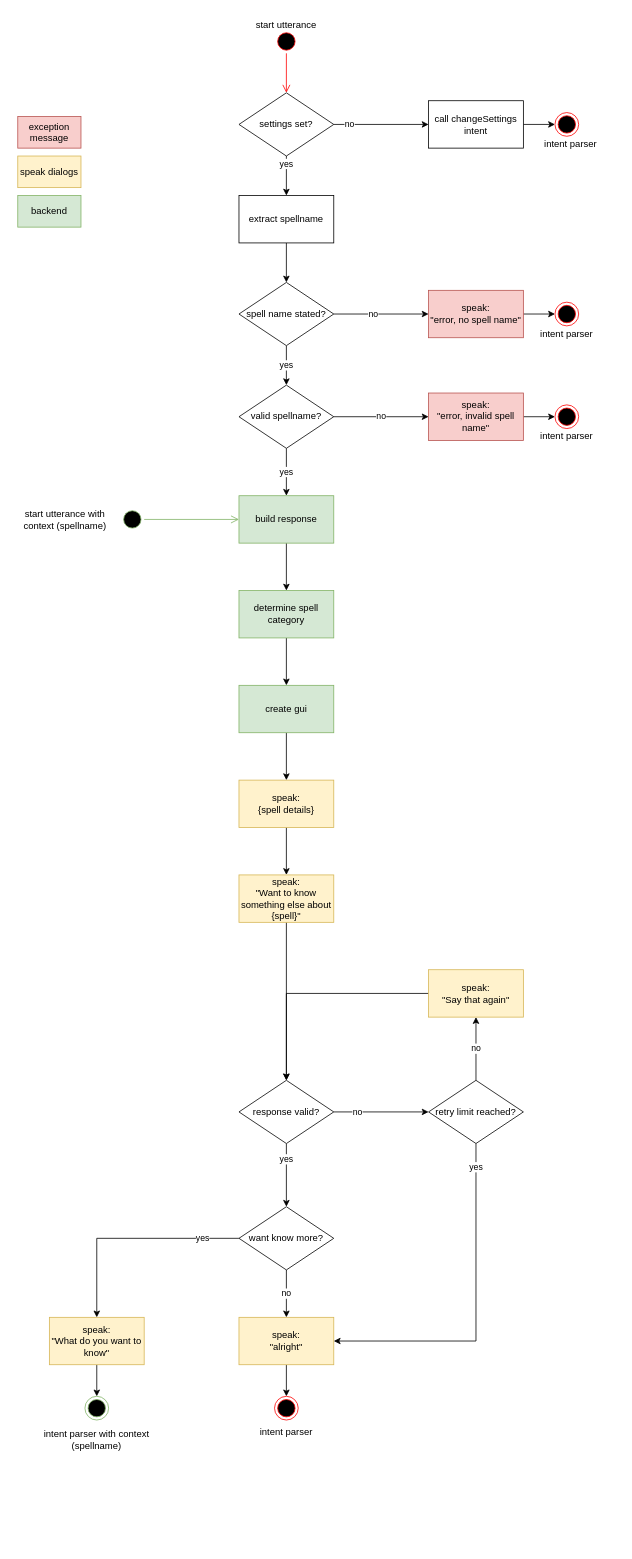
This is doc/activityDiagram/getAllDetails.drawio from Linyeir/spellcastmanager-skill, a draw.io file, before an edit. Source tidied: cells renumbered, new cells numbered last; positions are measured from the earlier drawing's top-left corner, leaving out a move shared by most shapes. Both pictures are drawn from the tidied source at 79%, with x=0, y=0 at pixel (17, 13).
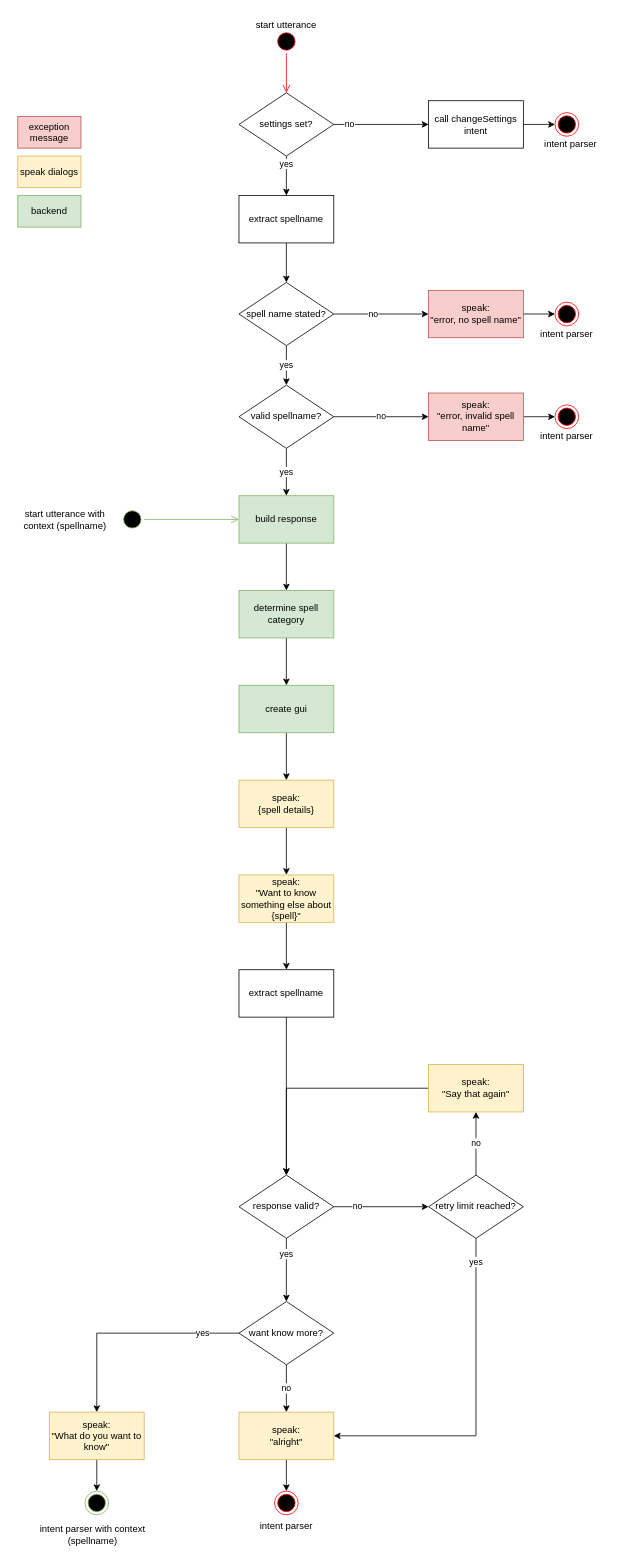
After the change.

Unchanged cells that the change refers to:
```xml
<mxCell id="21" value="speak:&lt;br&gt;&quot;Want to know something else about {spell}&quot;" style="rounded=0;whiteSpace=wrap;html=1;fillColor=#fff2cc;strokeColor=#d6b656;" parent="1" vertex="1">
  <mxGeometry x="280" y="1090" width="120" height="60" as="geometry" />
</mxCell>
```

Change to the diagram source:
```diff
@@
-    <mxCell id="20" style="edgeStyle=orthogonalEdgeStyle;rounded=0;jettySize=auto;html=1;exitX=0.5;exitY=1;exitDx=0;exitDy=0;entryX=0.5;entryY=0;entryDx=0;entryDy=0;" parent="1" edge="1" source="21" target="44">
+    <mxCell id="20" style="edgeStyle=orthogonalEdgeStyle;rounded=0;jettySize=auto;html=1;exitX=0.5;exitY=1;exitDx=0;exitDy=0;entryX=0.5;entryY=0;entryDx=0;entryDy=0;startArrow=none;" parent="1" edge="1" source="64" target="44">
       <mxGeometry relative="1" as="geometry" />
     </mxCell>
+    <mxCell id="63" style="edgeStyle=orthogonalEdgeStyle;rounded=0;jettySize=auto;html=1;" parent="1" edge="1" source="21" target="64">
+      <mxGeometry relative="1" as="geometry" />
+    </mxCell>
@@
     <mxCell id="24" value="want know more?" style="rhombus;whiteSpace=wrap;html=1;" parent="1" vertex="1">
-      <mxGeometry x="280" y="1510" width="120" height="80" as="geometry" />
+      <mxGeometry x="280" y="1630" width="120" height="80" as="geometry" />
     </mxCell>
@@
     <mxCell id="26" value="speak:&lt;br&gt;&quot;alright&quot;" style="rounded=0;whiteSpace=wrap;html=1;fillColor=#fff2cc;strokeColor=#d6b656;" parent="1" vertex="1">
-      <mxGeometry x="280" y="1650" width="120" height="60" as="geometry" />
+      <mxGeometry x="280" y="1770" width="120" height="60" as="geometry" />
     </mxCell>
@@
     <mxCell id="28" value="speak:&lt;br&gt;&quot;What do you want to know&quot;" style="rounded=0;whiteSpace=wrap;html=1;fillColor=#fff2cc;strokeColor=#d6b656;" parent="1" vertex="1">
-      <mxGeometry x="40" y="1650" width="120" height="60" as="geometry" />
+      <mxGeometry x="40" y="1770" width="120" height="60" as="geometry" />
     </mxCell>
@@
     <mxCell id="31" value="retry limit reached?" style="rhombus;whiteSpace=wrap;html=1;" parent="1" vertex="1">
-      <mxGeometry x="520" y="1350" width="120" height="80" as="geometry" />
+      <mxGeometry x="520" y="1470" width="120" height="80" as="geometry" />
     </mxCell>
@@
     <mxCell id="34" style="ellipse;html=1;shape=endState;fillColor=#000000;strokeColor=#82b366;" parent="1" vertex="1">
-      <mxGeometry x="85" y="1750" width="30" height="30" as="geometry" />
+      <mxGeometry x="85" y="1870" width="30" height="30" as="geometry" />
     </mxCell>
     <mxCell id="35" style="ellipse;html=1;shape=endState;fillColor=#000000;strokeColor=#ff0000;" parent="1" vertex="1">
-      <mxGeometry x="325" y="1750" width="30" height="30" as="geometry" />
+      <mxGeometry x="325" y="1870" width="30" height="30" as="geometry" />
     </mxCell>
@@
     <mxCell id="37" value="intent parser with context (spellname)" style="text;html=1;strokeColor=none;fillColor=none;align=center;verticalAlign=middle;whiteSpace=wrap;rounded=0;" parent="1" vertex="1">
-      <mxGeometry y="1790" width="200" height="30" as="geometry" />
+      <mxGeometry x="-5" y="1910" width="200" height="30" as="geometry" />
     </mxCell>
     <mxCell id="38" value="intent parser" style="text;html=1;strokeColor=none;fillColor=none;align=center;verticalAlign=middle;whiteSpace=wrap;rounded=0;" parent="1" vertex="1">
-      <mxGeometry x="280" y="1780" width="120" height="30" as="geometry" />
+      <mxGeometry x="280" y="1900" width="120" height="30" as="geometry" />
     </mxCell>
@@
     <mxCell id="44" value="response valid?" style="rhombus;whiteSpace=wrap;html=1;" parent="1" vertex="1">
-      <mxGeometry x="280" y="1350" width="120" height="80" as="geometry" />
+      <mxGeometry x="280" y="1470" width="120" height="80" as="geometry" />
     </mxCell>
@@
     <mxCell id="46" value="speak:&lt;br&gt;&quot;Say that again&quot;" style="rounded=0;whiteSpace=wrap;html=1;fillColor=#fff2cc;strokeColor=#d6b656;" parent="1" vertex="1">
-      <mxGeometry x="520" y="1210" width="120" height="60" as="geometry" />
+      <mxGeometry x="520" y="1330" width="120" height="60" as="geometry" />
     </mxCell>
@@
+    <mxCell id="64" value="extract spellname" style="rounded=0;whiteSpace=wrap;html=1;" parent="1" vertex="1">
+      <mxGeometry x="280" y="1210" width="120" height="60" as="geometry" />
+    </mxCell>
```
